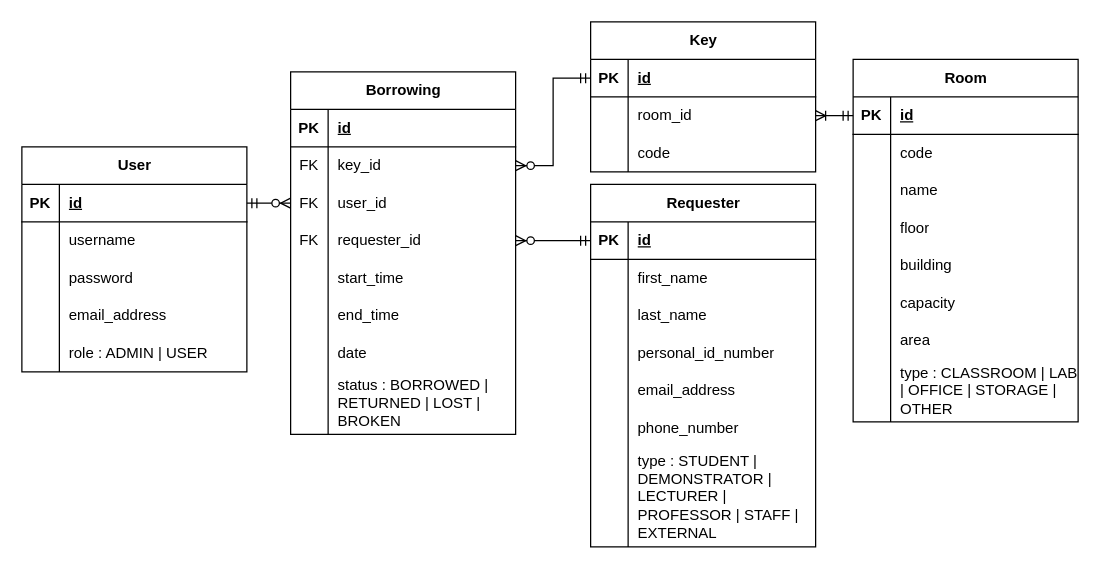
hb3nce04/key-keeper-app keeps this draw.io diagram as docs/ER.drawio. Above is the earlier version. Source tidied: cells renumbered, new cells numbered last; positions are measured from the earlier drawing's top-left corner, leaving out a move shared by most shapes. Both pictures are drawn from the tidied source at 125%, with x=0, y=0 at pixel (21, 21).
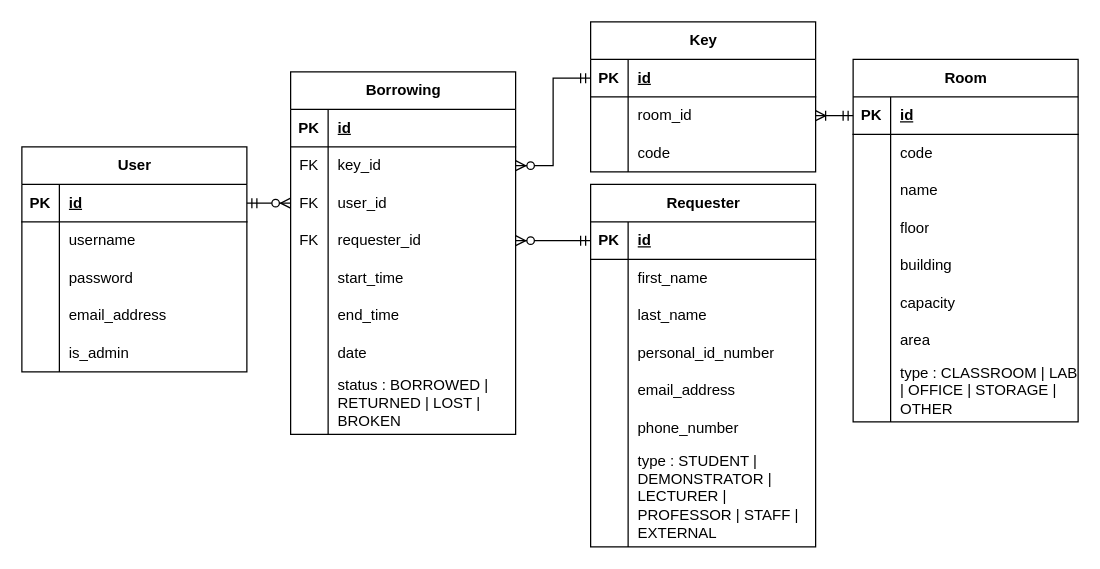
The same diagram, later.

The change refers to these unchanged cells:
```xml
<mxCell id="15" style="shape=tableRow;horizontal=0;startSize=0;swimlaneHead=0;swimlaneBody=0;fillColor=none;top=0;left=0;right=0;bottom=0;" parent="2" vertex="1">
  <mxGeometry y="150" width="180" height="30" as="geometry" />
</mxCell>
```

Diff of the diagram source:
```diff
@@
-    <mxCell id="17" value="role : ADMIN | USER" style="shape=partialRectangle;fillColor=none;top=0;left=0;bottom=0;right=0;align=left;spacingLeft=6;overflow=hidden;whiteSpace=wrap;html=1;" parent="15" vertex="1">
+    <mxCell id="17" value="is_admin" style="shape=partialRectangle;fillColor=none;top=0;left=0;bottom=0;right=0;align=left;spacingLeft=6;overflow=hidden;whiteSpace=wrap;html=1;" parent="15" vertex="1">
       <mxGeometry x="30" width="150" height="30" as="geometry" />
     </mxCell>
```
